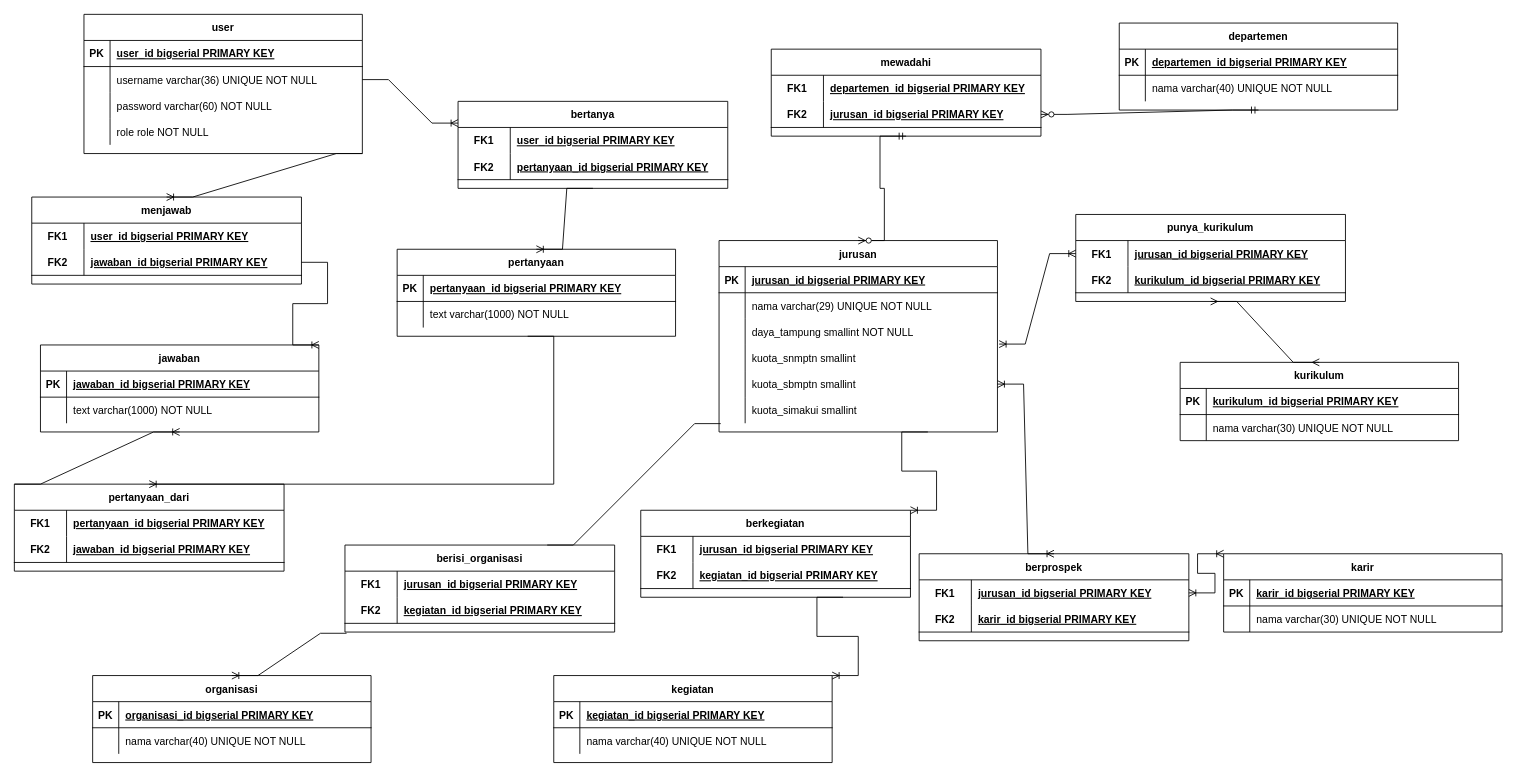
Earlier version of the draw.io diagram Database Schema.drawio (Gopalatius/KLENIK-Kepoin-Fakultas-Teknik-Universitas-Indonesia). Source tidied: cells renumbered, new cells numbered last; positions are measured from the earlier drawing's top-left corner, leaving out a move shared by most shapes. Both pictures are drawn from the tidied source at 87%, with x=0, y=0 at pixel (14, 14).
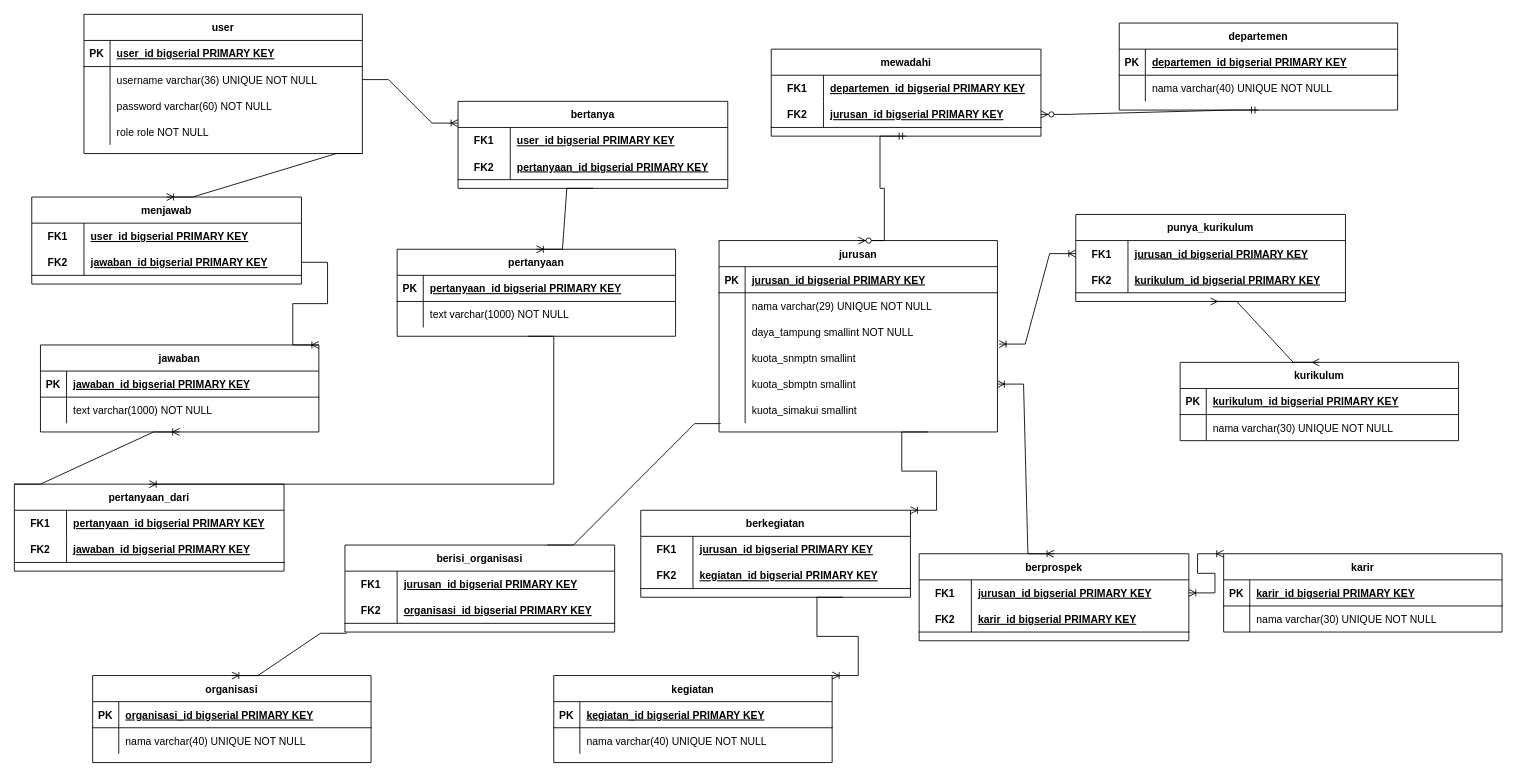
Above is the later version.

Unchanged cells that the change refers to:
```xml
<mxCell id="151" style="shape=tableRow;horizontal=0;startSize=0;swimlaneHead=0;swimlaneBody=0;fillColor=none;top=0;left=0;right=0;bottom=1;" parent="147" vertex="1">
  <mxGeometry y="60" width="310" height="30" as="geometry" />
</mxCell>
```

Change to the diagram source:
```diff
@@
-    <mxCell id="153" value="kegiatan_id bigserial PRIMARY KEY" style="shape=partialRectangle;fillColor=none;top=0;left=0;bottom=0;right=0;align=left;spacingLeft=6;fontStyle=5;overflow=hidden;" parent="151" vertex="1">
+    <mxCell id="153" value="organisasi_id bigserial PRIMARY KEY" style="shape=partialRectangle;fillColor=none;top=0;left=0;bottom=0;right=0;align=left;spacingLeft=6;fontStyle=5;overflow=hidden;" parent="151" vertex="1">
       <mxGeometry x="60" width="250" height="30" as="geometry" />
     </mxCell>
```
